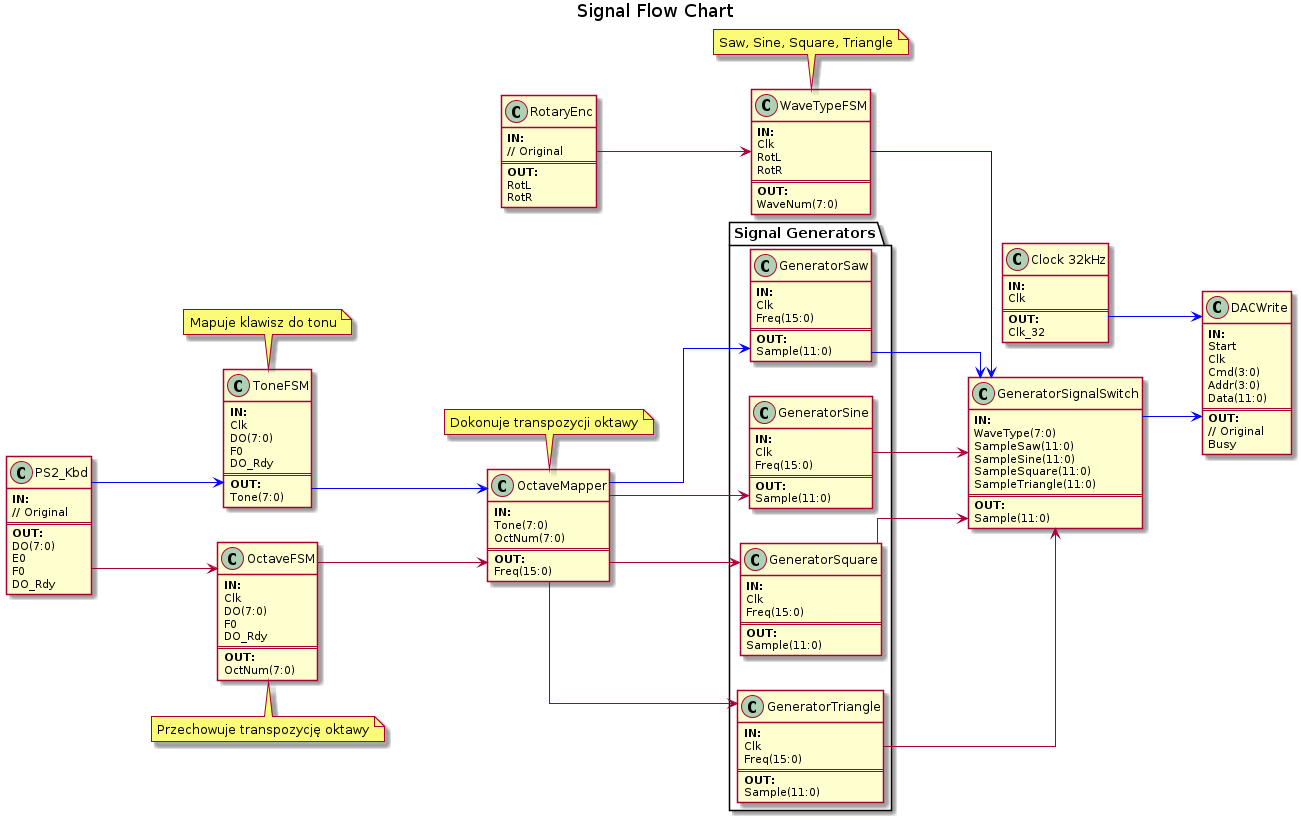
The PlantUML diagram docs/src/diagram/out/flow_chart.png in damiankoper/ucisw2, before a commit.
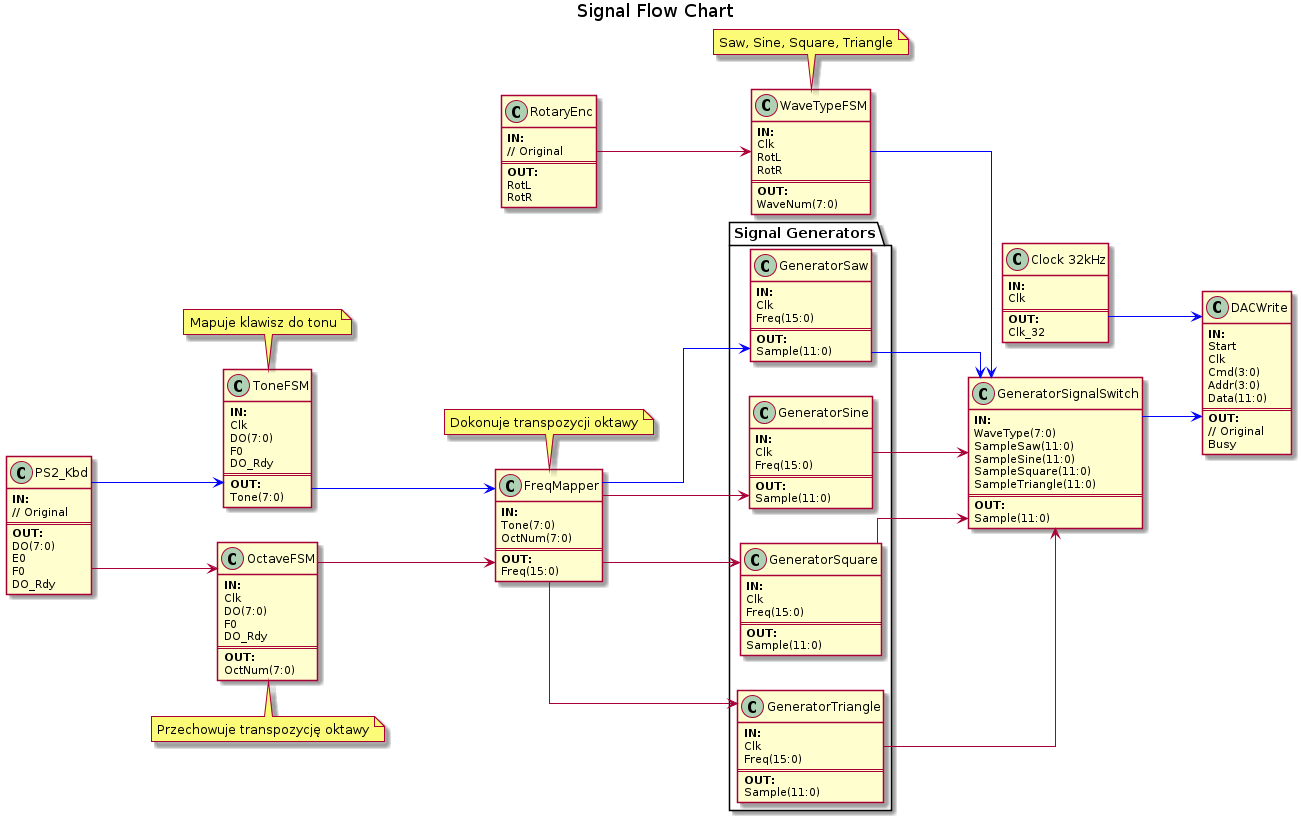
After the change.

Change to the diagram source:
```diff
@@ -57,7 +57,7 @@
     end note
 
 
-    class "OctaveMapper" as oct_mapper{
+    class "FreqMapper" as oct_mapper{
         <b>IN:</b>
         Tone(7:0)
         OctNum(7:0)
```
